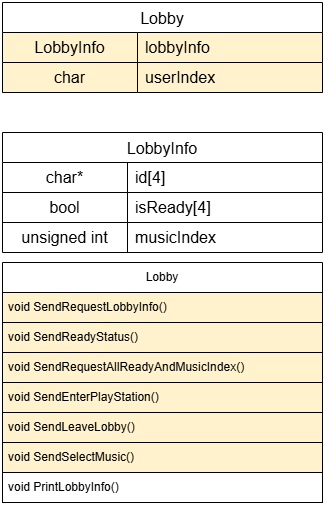
Earlier version of the draw.io export drawio/Lobby.drawio.png (rmrgns/NetGameTeamProject). Source tidied: cells renumbered, new cells last; positions are measured from the earlier drawing's top-left corner, leaving out a move shared by most shapes.
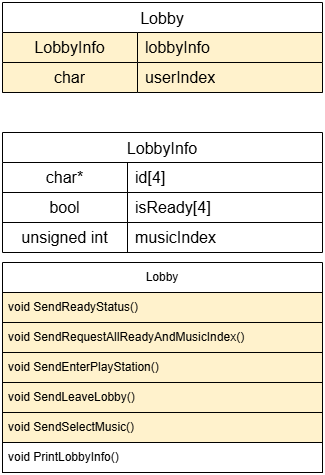
The same diagram one commit later.

Diff of the diagram source:
```diff
@@ -3,28 +3,25 @@
     <mxCell id="0" />
     <mxCell id="1" parent="0" />
     <mxCell id="2" value="Lobby" style="swimlane;fontStyle=0;horizontal=1;startSize=30;whiteSpace=wrap;html=1;" parent="1" vertex="1">
-      <mxGeometry y="260" width="320" height="240" as="geometry" />
+      <mxGeometry y="260" width="320" height="210" as="geometry" />
     </mxCell>
-    <mxCell id="3" value="void SendRequestLobbyInfo()&amp;nbsp;" style="text;strokeColor=default;fillColor=#fff2cc;align=left;verticalAlign=middle;spacingLeft=4;spacingRight=4;overflow=hidden;whiteSpace=wrap;html=1;" parent="2" vertex="1">
-      <mxGeometry y="30" width="320" height="30" as="geometry" />
-    </mxCell>
     <mxCell id="4" value="void SendReadyStatus()&amp;nbsp;" style="text;strokeColor=default;fillColor=#fff2cc;align=left;verticalAlign=middle;spacingLeft=4;spacingRight=4;overflow=hidden;whiteSpace=wrap;html=1;" parent="2" vertex="1">
-      <mxGeometry y="60" width="320" height="30" as="geometry" />
+      <mxGeometry y="30" width="320" height="30" as="geometry" />
     </mxCell>
     <mxCell id="5" value="void SendRequestAllReadyAndMusicIndex()&amp;nbsp;" style="text;strokeColor=default;fillColor=#fff2cc;align=left;verticalAlign=middle;spacingLeft=4;spacingRight=4;overflow=hidden;whiteSpace=wrap;html=1;" parent="2" vertex="1">
-      <mxGeometry y="90" width="320" height="30" as="geometry" />
+      <mxGeometry y="60" width="320" height="30" as="geometry" />
     </mxCell>
     <mxCell id="6" value="void SendEnterPlayStation()" style="text;strokeColor=default;fillColor=#fff2cc;align=left;verticalAlign=middle;spacingLeft=4;spacingRight=4;overflow=hidden;whiteSpace=wrap;html=1;" parent="2" vertex="1">
-      <mxGeometry y="120" width="320" height="30" as="geometry" />
+      <mxGeometry y="90" width="320" height="30" as="geometry" />
     </mxCell>
     <mxCell id="7" value="void SendLeaveLobby()" style="text;strokeColor=default;fillColor=#fff2cc;align=left;verticalAlign=middle;spacingLeft=4;spacingRight=4;overflow=hidden;whiteSpace=wrap;html=1;" parent="2" vertex="1">
-      <mxGeometry y="150" width="320" height="30" as="geometry" />
+      <mxGeometry y="120" width="320" height="30" as="geometry" />
     </mxCell>
     <mxCell id="8" value="void SendSelectMusic()" style="text;strokeColor=default;fillColor=#fff2cc;align=left;verticalAlign=middle;spacingLeft=4;spacingRight=4;overflow=hidden;whiteSpace=wrap;html=1;" parent="2" vertex="1">
-      <mxGeometry y="180" width="320" height="30" as="geometry" />
+      <mxGeometry y="150" width="320" height="30" as="geometry" />
     </mxCell>
     <mxCell id="9" value="void PrintLobbyInfo()" style="text;strokeColor=default;fillColor=none;align=left;verticalAlign=middle;spacingLeft=4;spacingRight=4;overflow=hidden;whiteSpace=wrap;html=1;" parent="2" vertex="1">
-      <mxGeometry y="210" width="320" height="30" as="geometry" />
+      <mxGeometry y="180" width="320" height="30" as="geometry" />
     </mxCell>
     <mxCell id="10" value="Lobby" style="shape=table;startSize=30;rowLines=1;fontStyle=0;strokeColor=default;fontSize=16;" parent="1" vertex="1">
       <mxGeometry width="320" height="90" as="geometry" />
```
